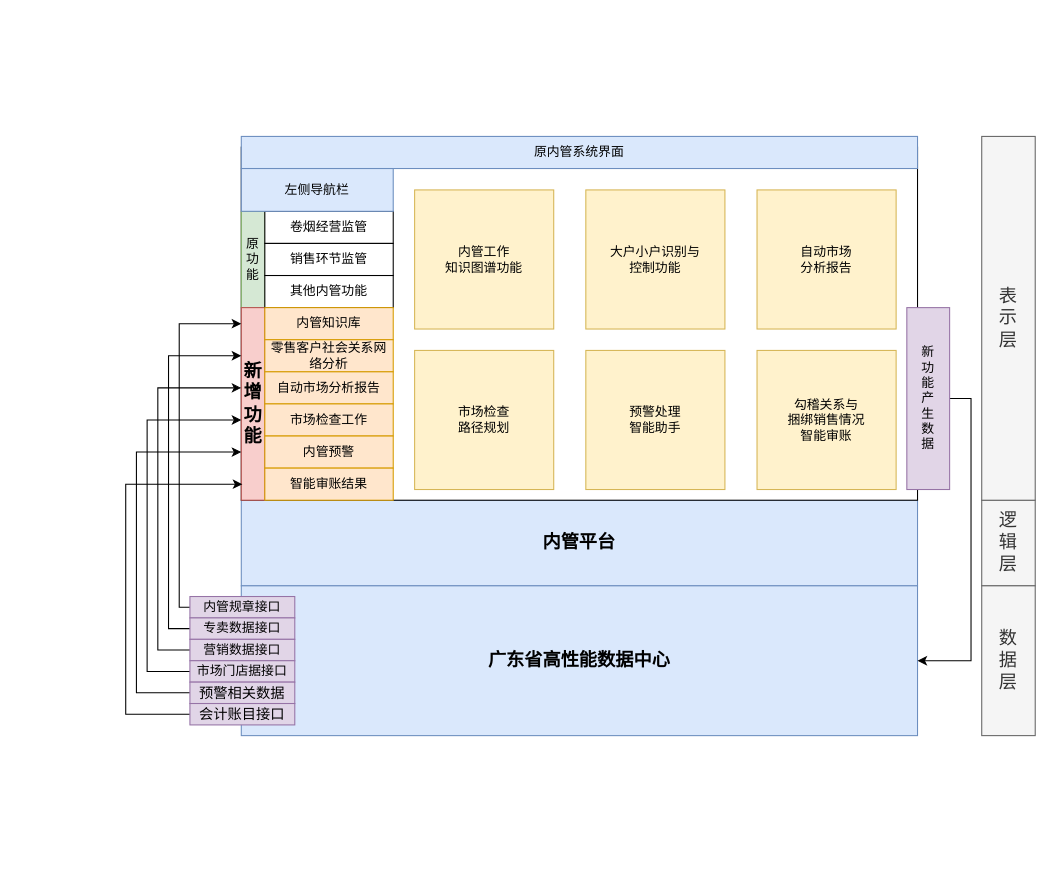
The draw.io diagram Fusion of new and old Sys.drawio in 1009351456/Anonymous, before the edit. Source tidied: cells renumbered, new cells numbered last; positions are measured from the earlier drawing's top-left corner, leaving out a move shared by most shapes. Both pictures are drawn from the tidied source at 107%, with x=0, y=0 at pixel (125, 136). Pictures stored in the file or linked from it are replaced by grey dashed boxes.
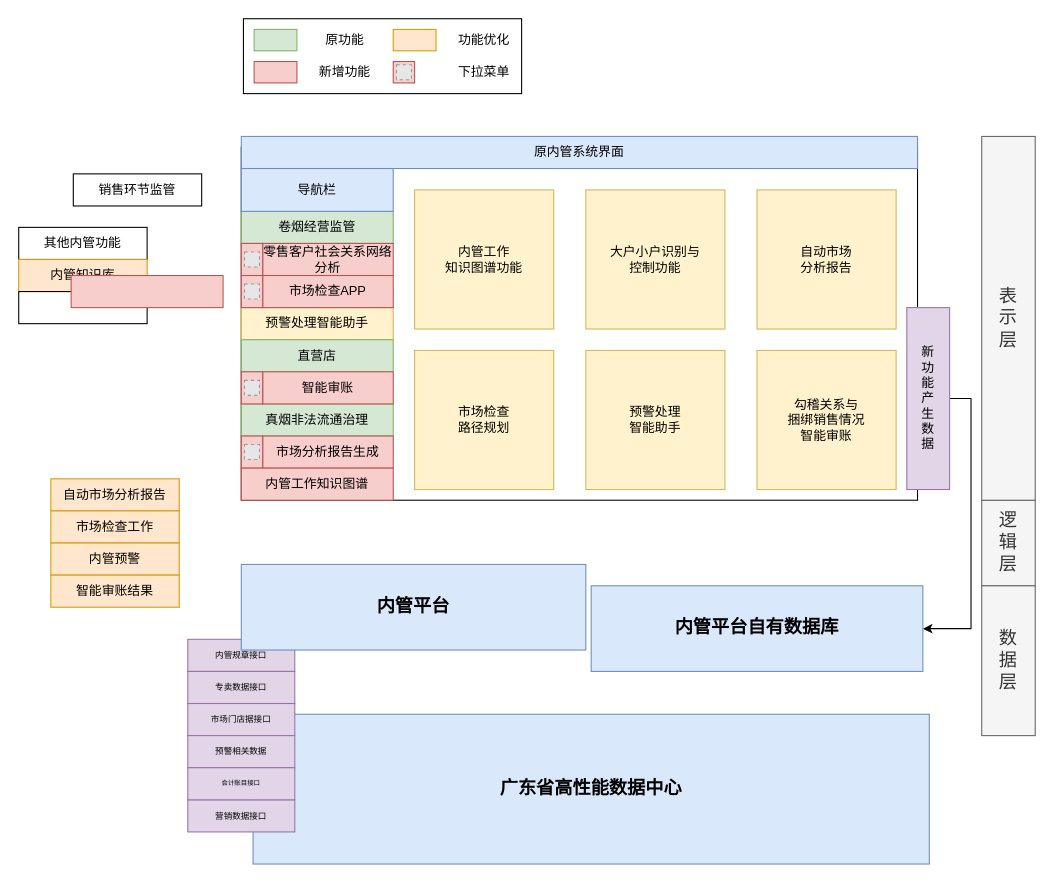
After the change.

The change refers to these unchanged cells:
```xml
<mxCell id="39" value="新&lt;br&gt;功&lt;br&gt;能&lt;br&gt;产&lt;br&gt;生&lt;br&gt;数&lt;br&gt;据" style="rounded=0;whiteSpace=wrap;html=1;fillColor=#e1d5e7;strokeColor=#9673a6;" parent="1" vertex="1">
  <mxGeometry x="730" y="160" width="40" height="170" as="geometry" />
</mxCell>
```

What changed in the source:
```diff
@@
-    <mxCell id="2" value="内管平台" style="rounded=0;whiteSpace=wrap;html=1;fillColor=#dae8fc;strokeColor=#6c8ebf;fontSize=17;fontStyle=1;" parent="1" vertex="1">
-      <mxGeometry x="108" y="340" width="632" height="80" as="geometry" />
-    </mxCell>
+    <mxCell id="6" style="rounded=0;whiteSpace=wrap;html=1;" parent="1" vertex="1">
+      <mxGeometry x="108" y="10" width="632" height="330" as="geometry" />
+    </mxCell>
+    <mxCell id="41" style="rounded=0;whiteSpace=wrap;html=1;fontSize=6;" parent="1" vertex="1">
+      <mxGeometry x="110" y="-110" width="260" height="70" as="geometry" />
+    </mxCell>
     <mxCell id="3" value="广东省高性能数据中心" style="rounded=0;whiteSpace=wrap;html=1;fillColor=#dae8fc;strokeColor=#6c8ebf;fontSize=17;fontStyle=1;" parent="1" vertex="1">
-      <mxGeometry x="108" y="420" width="632" height="140" as="geometry" />
+      <mxGeometry x="119" y="540" width="632" height="140" as="geometry" />
     </mxCell>
@@
-    <mxCell id="6" style="rounded=0;whiteSpace=wrap;html=1;" parent="1" vertex="1">
-      <mxGeometry x="108" y="10" width="632" height="330" as="geometry" />
-    </mxCell>
@@
-    <mxCell id="8" value="原功能" style="rounded=0;whiteSpace=wrap;html=1;fillColor=#d5e8d4;strokeColor=#82b366;" parent="1" vertex="1">
-      <mxGeometry x="108" y="70" width="22" height="90" as="geometry" />
+    <mxCell id="8" style="rounded=0;whiteSpace=wrap;html=1;fillColor=#d5e8d4;strokeColor=#82b366;" parent="1" vertex="1">
+      <mxGeometry x="120" y="-100" width="40" height="20" as="geometry" />
     </mxCell>
-    <mxCell id="9" value="新增功能" style="rounded=0;whiteSpace=wrap;html=1;fillColor=#f8cecc;strokeColor=#b85450;fontStyle=1;fontSize=17;" parent="1" vertex="1">
-      <mxGeometry x="108" y="160" width="22" height="180" as="geometry" />
-    </mxCell>
-    <mxCell id="10" value="卷烟经营监管" style="rounded=0;whiteSpace=wrap;html=1;" parent="1" vertex="1">
-      <mxGeometry x="130" y="70" width="120" height="30" as="geometry" />
+    <mxCell id="10" value="卷烟经营监管" style="rounded=0;whiteSpace=wrap;html=1;fillColor=#d5e8d4;strokeColor=#82b366;fontSize=12;" parent="1" vertex="1">
+      <mxGeometry x="108" y="70" width="142" height="30" as="geometry" />
     </mxCell>
     <mxCell id="11" value="销售环节监管" style="rounded=0;whiteSpace=wrap;html=1;" parent="1" vertex="1">
-      <mxGeometry x="130" y="100" width="120" height="30" as="geometry" />
+      <mxGeometry x="-49" y="35" width="120" height="30" as="geometry" />
     </mxCell>
     <mxCell id="12" value="其他内管功能" style="rounded=0;whiteSpace=wrap;html=1;" parent="1" vertex="1">
-      <mxGeometry x="130" y="130" width="120" height="30" as="geometry" />
+      <mxGeometry x="-100" y="85" width="120" height="30" as="geometry" />
     </mxCell>
     <mxCell id="13" value="内管知识库" style="rounded=0;whiteSpace=wrap;html=1;fillColor=#ffe6cc;strokeColor=#d79b00;" parent="1" vertex="1">
-      <mxGeometry x="130" y="160" width="120" height="30" as="geometry" />
+      <mxGeometry x="-100" y="115" width="120" height="30" as="geometry" />
     </mxCell>
-    <mxCell id="14" value="左侧导航栏" style="rounded=0;whiteSpace=wrap;html=1;fillColor=#dae8fc;strokeColor=#6c8ebf;" parent="1" vertex="1">
+    <mxCell id="14" value="导航栏" style="rounded=0;whiteSpace=wrap;html=1;fillColor=#dae8fc;strokeColor=#6c8ebf;fontSize=12;" parent="1" vertex="1">
       <mxGeometry x="108" y="30" width="142" height="40" as="geometry" />
     </mxCell>
-    <mxCell id="15" value="零售客户社会关系网络分析" style="rounded=0;whiteSpace=wrap;html=1;fillColor=#ffe6cc;strokeColor=#d79b00;" parent="1" vertex="1">
-      <mxGeometry x="130" y="190" width="120" height="30" as="geometry" />
+    <mxCell id="15" value="零售客户社会关系网络分析" style="rounded=0;whiteSpace=wrap;html=1;fillColor=#f8cecc;strokeColor=#b85450;fontSize=12;" parent="1" vertex="1">
+      <mxGeometry x="128" y="100" width="122" height="30" as="geometry" />
     </mxCell>
     <mxCell id="16" value="自动市场分析报告" style="rounded=0;whiteSpace=wrap;html=1;fillColor=#ffe6cc;strokeColor=#d79b00;" parent="1" vertex="1">
-      <mxGeometry x="130" y="220" width="120" height="30" as="geometry" />
+      <mxGeometry x="-70" y="320" width="120" height="30" as="geometry" />
     </mxCell>
     <mxCell id="17" value="市场检查工作" style="rounded=0;whiteSpace=wrap;html=1;fillColor=#ffe6cc;strokeColor=#d79b00;" parent="1" vertex="1">
-      <mxGeometry x="130" y="250" width="120" height="30" as="geometry" />
+      <mxGeometry x="-70" y="350" width="120" height="30" as="geometry" />
     </mxCell>
     <mxCell id="18" value="内管预警" style="rounded=0;whiteSpace=wrap;html=1;fillColor=#ffe6cc;strokeColor=#d79b00;" parent="1" vertex="1">
-      <mxGeometry x="130" y="280" width="120" height="30" as="geometry" />
+      <mxGeometry x="-70" y="380" width="120" height="30" as="geometry" />
     </mxCell>
     <mxCell id="19" value="智能审账结果" style="rounded=0;whiteSpace=wrap;html=1;fillColor=#ffe6cc;strokeColor=#d79b00;" parent="1" vertex="1">
-      <mxGeometry x="130" y="310" width="120" height="30" as="geometry" />
+      <mxGeometry x="-70" y="410" width="120" height="30" as="geometry" />
     </mxCell>
@@
-    <mxCell id="26" style="edgeStyle=orthogonalEdgeStyle;rounded=0;jettySize=auto;html=1;exitX=0;exitY=0.5;exitDx=0;exitDy=0;" parent="1" edge="1" source="27">
-      <mxGeometry relative="1" as="geometry">
-        <mxPoint x="108" y="175" as="targetPoint" />
-        <Array as="points">
-          <mxPoint x="50" y="440" />
-          <mxPoint x="50" y="175" />
-        </Array>
-      </mxGeometry>
-    </mxCell>
-    <mxCell id="27" value="内管规章接口" style="rounded=0;whiteSpace=wrap;html=1;fillColor=#e1d5e7;strokeColor=#9673a6;" parent="1" vertex="1">
-      <mxGeometry x="60" y="430" width="98" height="20" as="geometry" />
+    <mxCell id="27" value="内管规章接口" style="rounded=0;whiteSpace=wrap;html=1;fillColor=#e1d5e7;strokeColor=#9673a6;fontSize=8;" parent="1" vertex="1">
+      <mxGeometry x="58" y="470" width="100" height="30" as="geometry" />
     </mxCell>
-    <mxCell id="28" style="edgeStyle=orthogonalEdgeStyle;rounded=0;jettySize=auto;html=1;exitX=0;exitY=0.5;exitDx=0;exitDy=0;" parent="1" edge="1" source="29">
-      <mxGeometry relative="1" as="geometry">
-        <mxPoint x="108" y="205" as="targetPoint" />
-        <Array as="points">
-          <mxPoint x="40" y="460" />
-          <mxPoint x="40" y="205" />
-        </Array>
-      </mxGeometry>
-    </mxCell>
-    <mxCell id="29" value="专卖数据接口" style="rounded=0;whiteSpace=wrap;html=1;fillColor=#e1d5e7;strokeColor=#9673a6;" parent="1" vertex="1">
-      <mxGeometry x="60" y="450" width="98" height="20" as="geometry" />
+    <mxCell id="29" value="专卖数据接口" style="rounded=0;whiteSpace=wrap;html=1;fillColor=#e1d5e7;strokeColor=#9673a6;fontSize=8;" parent="1" vertex="1">
+      <mxGeometry x="58" y="500" width="100" height="30" as="geometry" />
     </mxCell>
-    <mxCell id="30" style="edgeStyle=orthogonalEdgeStyle;rounded=0;jettySize=auto;html=1;exitX=0;exitY=0.5;exitDx=0;exitDy=0;" parent="1" edge="1" source="31">
-      <mxGeometry relative="1" as="geometry">
-        <mxPoint x="108" y="235" as="targetPoint" />
-        <Array as="points">
-          <mxPoint x="30" y="480" />
-          <mxPoint x="30" y="235" />
-        </Array>
-      </mxGeometry>
-    </mxCell>
-    <mxCell id="31" value="营销数据接口" style="rounded=0;whiteSpace=wrap;html=1;fillColor=#e1d5e7;strokeColor=#9673a6;" parent="1" vertex="1">
-      <mxGeometry x="60" y="470" width="98" height="20" as="geometry" />
+    <mxCell id="31" value="营销数据接口" style="rounded=0;whiteSpace=wrap;html=1;fillColor=#e1d5e7;strokeColor=#9673a6;fontSize=8;" parent="1" vertex="1">
+      <mxGeometry x="58" y="620" width="100" height="30" as="geometry" />
     </mxCell>
-    <mxCell id="32" style="edgeStyle=orthogonalEdgeStyle;rounded=0;jettySize=auto;html=1;exitX=0;exitY=0.5;exitDx=0;exitDy=0;" parent="1" edge="1" source="33">
-      <mxGeometry relative="1" as="geometry">
-        <mxPoint x="108" y="265" as="targetPoint" />
-        <Array as="points">
-          <mxPoint x="20" y="500" />
-          <mxPoint x="20" y="265" />
-        </Array>
-      </mxGeometry>
-    </mxCell>
-    <mxCell id="33" value="市场门店据接口" style="rounded=0;whiteSpace=wrap;html=1;fillColor=#e1d5e7;strokeColor=#9673a6;" parent="1" vertex="1">
-      <mxGeometry x="60" y="490" width="98" height="20" as="geometry" />
+    <mxCell id="33" value="市场门店据接口" style="rounded=0;whiteSpace=wrap;html=1;fillColor=#e1d5e7;strokeColor=#9673a6;fontSize=8;" parent="1" vertex="1">
+      <mxGeometry x="58" y="530" width="100" height="30" as="geometry" />
     </mxCell>
-    <mxCell id="34" style="edgeStyle=orthogonalEdgeStyle;rounded=0;jettySize=auto;html=1;exitX=0;exitY=0.5;exitDx=0;exitDy=0;" parent="1" edge="1" source="35">
-      <mxGeometry relative="1" as="geometry">
-        <mxPoint x="108" y="295" as="targetPoint" />
-        <Array as="points">
-          <mxPoint x="10" y="520" />
-          <mxPoint x="10" y="295" />
-        </Array>
-      </mxGeometry>
-    </mxCell>
-    <mxCell id="35" value="&lt;span style=&quot;font-size: 13.3333px ; white-space: normal&quot;&gt;预警相关数据&lt;/span&gt;" style="rounded=0;whiteSpace=wrap;html=1;fillColor=#e1d5e7;strokeColor=#9673a6;" parent="1" vertex="1">
-      <mxGeometry x="60" y="510" width="98" height="20" as="geometry" />
+    <mxCell id="35" value="&lt;span style=&quot;font-size: 8px; white-space: normal;&quot;&gt;预警相关数据&lt;/span&gt;" style="rounded=0;whiteSpace=wrap;html=1;fillColor=#e1d5e7;strokeColor=#9673a6;fontSize=8;" parent="1" vertex="1">
+      <mxGeometry x="58" y="560" width="100" height="30" as="geometry" />
     </mxCell>
-    <mxCell id="36" style="edgeStyle=orthogonalEdgeStyle;rounded=0;jettySize=auto;html=1;exitX=0;exitY=0.5;exitDx=0;exitDy=0;" parent="1" edge="1" source="37">
-      <mxGeometry relative="1" as="geometry">
-        <mxPoint x="109" y="325" as="targetPoint" />
-        <Array as="points">
-          <mxPoint y="540" />
-          <mxPoint y="325" />
-        </Array>
-      </mxGeometry>
-    </mxCell>
-    <mxCell id="37" value="&lt;span style=&quot;font-size: 13.3333px&quot;&gt;会计账目接口&lt;/span&gt;" style="rounded=0;whiteSpace=wrap;html=1;fillColor=#e1d5e7;strokeColor=#9673a6;" parent="1" vertex="1">
-      <mxGeometry x="60" y="530" width="98" height="20" as="geometry" />
+    <mxCell id="37" value="&lt;span style=&quot;font-size: 6px;&quot;&gt;会计账目接口&lt;/span&gt;" style="rounded=0;whiteSpace=wrap;html=1;fillColor=#e1d5e7;strokeColor=#9673a6;fontSize=6;" parent="1" vertex="1">
+      <mxGeometry x="58" y="590" width="100" height="30" as="geometry" />
     </mxCell>
-    <mxCell id="38" style="edgeStyle=orthogonalEdgeStyle;rounded=0;jettySize=auto;html=1;exitX=1;exitY=0.5;exitDx=0;exitDy=0;entryX=1;entryY=0.5;entryDx=0;entryDy=0;" parent="1" edge="1" source="39" target="3">
+    <mxCell id="38" style="edgeStyle=orthogonalEdgeStyle;rounded=0;jettySize=auto;html=1;exitX=1;exitY=0.5;exitDx=0;exitDy=0;entryX=1;entryY=0.5;entryDx=0;entryDy=0;" parent="1" edge="1" source="39" target="42">
       <mxGeometry relative="1" as="geometry" />
     </mxCell>
@@
+    <mxCell id="42" value="内管平台自有数据库" style="rounded=0;whiteSpace=wrap;html=1;fillColor=#dae8fc;strokeColor=#6c8ebf;fontSize=17;fontStyle=1;" parent="1" vertex="1">
+      <mxGeometry x="435" y="420" width="310" height="80" as="geometry" />
+    </mxCell>
+    <mxCell id="2" value="内管平台" style="rounded=0;whiteSpace=wrap;html=1;fillColor=#dae8fc;strokeColor=#6c8ebf;fontSize=17;fontStyle=1;" parent="1" vertex="1">
+      <mxGeometry x="108" y="400" width="322" height="80" as="geometry" />
+    </mxCell>
+    <mxCell id="43" style="rounded=0;whiteSpace=wrap;html=1;fontSize=6;" parent="1" vertex="1">
+      <mxGeometry x="-100" y="145" width="120" height="30" as="geometry" />
+    </mxCell>
+    <mxCell id="44" value="原功能" style="rounded=0;whiteSpace=wrap;html=1;fillColor=none;strokeColor=none;" parent="1" vertex="1">
+      <mxGeometry x="170" y="-100" width="70" height="20" as="geometry" />
+    </mxCell>
+    <mxCell id="45" style="rounded=0;whiteSpace=wrap;html=1;fillColor=#f8cecc;strokeColor=#b85450;" parent="1" vertex="1">
+      <mxGeometry x="120" y="-70" width="40" height="20" as="geometry" />
+    </mxCell>
+    <mxCell id="9" value="新增功能" style="rounded=0;whiteSpace=wrap;html=1;strokeColor=none;fillColor=none;" parent="1" vertex="1">
+      <mxGeometry x="170" y="-70" width="70" height="20" as="geometry" />
+    </mxCell>
+    <mxCell id="46" style="rounded=0;whiteSpace=wrap;html=1;fillColor=#f8cecc;fontSize=12;strokeColor=#b85450;" parent="1" vertex="1">
+      <mxGeometry x="108" y="100" width="20" height="30" as="geometry" />
+    </mxCell>
+    <mxCell id="47" style="fillColor=#E6E6E6;strokeColor=#999999;dashed=1;html=1;verticalAlign=top;verticalLabelPosition=bottom;labelBackgroundColor=#ffffff;fontSize=12;" parent="1" vertex="1">
+      <mxGeometry x="111" y="108" width="14" height="14" as="geometry" />
+    </mxCell>
+    <mxCell id="48" style="rounded=0;whiteSpace=wrap;html=1;fillColor=#f8cecc;strokeColor=#b85450;fontSize=12;" parent="1" vertex="1">
+      <mxGeometry x="-51" y="130" width="142" height="30" as="geometry" />
+    </mxCell>
+    <mxCell id="49" value="真烟非法流通治理" style="rounded=0;whiteSpace=wrap;html=1;fillColor=#d5e8d4;strokeColor=#82b366;" parent="1" vertex="1">
+      <mxGeometry x="108" y="250" width="142" height="30" as="geometry" />
+    </mxCell>
+    <mxCell id="50" value="预警处理智能助手" style="rounded=0;whiteSpace=wrap;html=1;fillColor=#fff2cc;strokeColor=#d6b656;fontSize=12;" parent="1" vertex="1">
+      <mxGeometry x="108" y="160" width="142" height="30" as="geometry" />
+    </mxCell>
+    <mxCell id="51" style="rounded=0;whiteSpace=wrap;html=1;fillColor=#ffe6cc;strokeColor=#d79b00;" parent="1" vertex="1">
+      <mxGeometry x="250" y="-100" width="40" height="20" as="geometry" />
+    </mxCell>
+    <mxCell id="52" value="功能优化" style="rounded=0;whiteSpace=wrap;html=1;fillColor=none;strokeColor=none;" parent="1" vertex="1">
+      <mxGeometry x="300" y="-100" width="70" height="20" as="geometry" />
+    </mxCell>
+    <mxCell id="53" style="rounded=0;whiteSpace=wrap;html=1;fillColor=#f8cecc;fontSize=12;strokeColor=#b85450;" parent="1" vertex="1">
+      <mxGeometry x="250" y="-70" width="20" height="20" as="geometry" />
+    </mxCell>
+    <mxCell id="54" style="fillColor=#E6E6E6;strokeColor=#999999;dashed=1;html=1;verticalAlign=top;verticalLabelPosition=bottom;labelBackgroundColor=#ffffff;fontSize=12;" parent="1" vertex="1">
+      <mxGeometry x="253" y="-67" width="14" height="14" as="geometry" />
+    </mxCell>
+    <mxCell id="55" value="下拉菜单" style="rounded=0;whiteSpace=wrap;html=1;fillColor=none;strokeColor=none;" parent="1" vertex="1">
+      <mxGeometry x="300" y="-70" width="70" height="20" as="geometry" />
+    </mxCell>
+    <mxCell id="56" value="直营店" style="rounded=0;whiteSpace=wrap;html=1;fillColor=#d5e8d4;strokeColor=#82b366;fontSize=12;" parent="1" vertex="1">
+      <mxGeometry x="108" y="190" width="142" height="30" as="geometry" />
+    </mxCell>
+    <mxCell id="57" value="&lt;span style=&quot;font-size: 12px;&quot;&gt;市场检查APP&lt;/span&gt;" style="rounded=0;whiteSpace=wrap;html=1;fillColor=#f8cecc;strokeColor=#b85450;fontSize=12;" parent="1" vertex="1">
+      <mxGeometry x="128" y="130" width="122" height="30" as="geometry" />
+    </mxCell>
+    <mxCell id="58" style="rounded=0;whiteSpace=wrap;html=1;fillColor=#f8cecc;fontSize=12;strokeColor=#b85450;" parent="1" vertex="1">
+      <mxGeometry x="108" y="130" width="20" height="30" as="geometry" />
+    </mxCell>
+    <mxCell id="59" style="fillColor=#E6E6E6;strokeColor=#999999;dashed=1;html=1;verticalAlign=top;verticalLabelPosition=bottom;labelBackgroundColor=#ffffff;fontSize=12;" parent="1" vertex="1">
+      <mxGeometry x="111" y="138" width="14" height="14" as="geometry" />
+    </mxCell>
+    <mxCell id="60" value="&lt;span style=&quot;font-size: 12px;&quot;&gt;智能审账&lt;/span&gt;" style="rounded=0;whiteSpace=wrap;html=1;fillColor=#f8cecc;strokeColor=#b85450;fontSize=12;" parent="1" vertex="1">
+      <mxGeometry x="128" y="220" width="122" height="30" as="geometry" />
+    </mxCell>
+    <mxCell id="61" style="rounded=0;whiteSpace=wrap;html=1;fillColor=#f8cecc;fontSize=12;strokeColor=#b85450;" parent="1" vertex="1">
+      <mxGeometry x="108" y="220" width="20" height="30" as="geometry" />
+    </mxCell>
+    <mxCell id="62" style="fillColor=#E6E6E6;strokeColor=#999999;dashed=1;html=1;verticalAlign=top;verticalLabelPosition=bottom;labelBackgroundColor=#ffffff;fontSize=12;" parent="1" vertex="1">
+      <mxGeometry x="111" y="228" width="14" height="14" as="geometry" />
+    </mxCell>
+    <mxCell id="63" value="&lt;span style=&quot;font-size: 12px&quot;&gt;市场分析报告生成&lt;/span&gt;" style="rounded=0;whiteSpace=wrap;html=1;fillColor=#f8cecc;strokeColor=#b85450;fontSize=12;" parent="1" vertex="1">
+      <mxGeometry x="128" y="280" width="122" height="30" as="geometry" />
+    </mxCell>
+    <mxCell id="64" style="rounded=0;whiteSpace=wrap;html=1;fillColor=#f8cecc;fontSize=12;strokeColor=#b85450;" parent="1" vertex="1">
+      <mxGeometry x="108" y="280" width="20" height="30" as="geometry" />
+    </mxCell>
+    <mxCell id="65" style="fillColor=#E6E6E6;strokeColor=#999999;dashed=1;html=1;verticalAlign=top;verticalLabelPosition=bottom;labelBackgroundColor=#ffffff;fontSize=12;" parent="1" vertex="1">
+      <mxGeometry x="111" y="288" width="14" height="14" as="geometry" />
+    </mxCell>
+    <mxCell id="66" value="&lt;span style=&quot;font-size: 12px&quot;&gt;内管工作知识图谱&lt;/span&gt;" style="rounded=0;whiteSpace=wrap;html=1;fillColor=#f8cecc;strokeColor=#b85450;fontSize=12;" parent="1" vertex="1">
+      <mxGeometry x="108" y="310" width="142" height="30" as="geometry" />
+    </mxCell>
```
